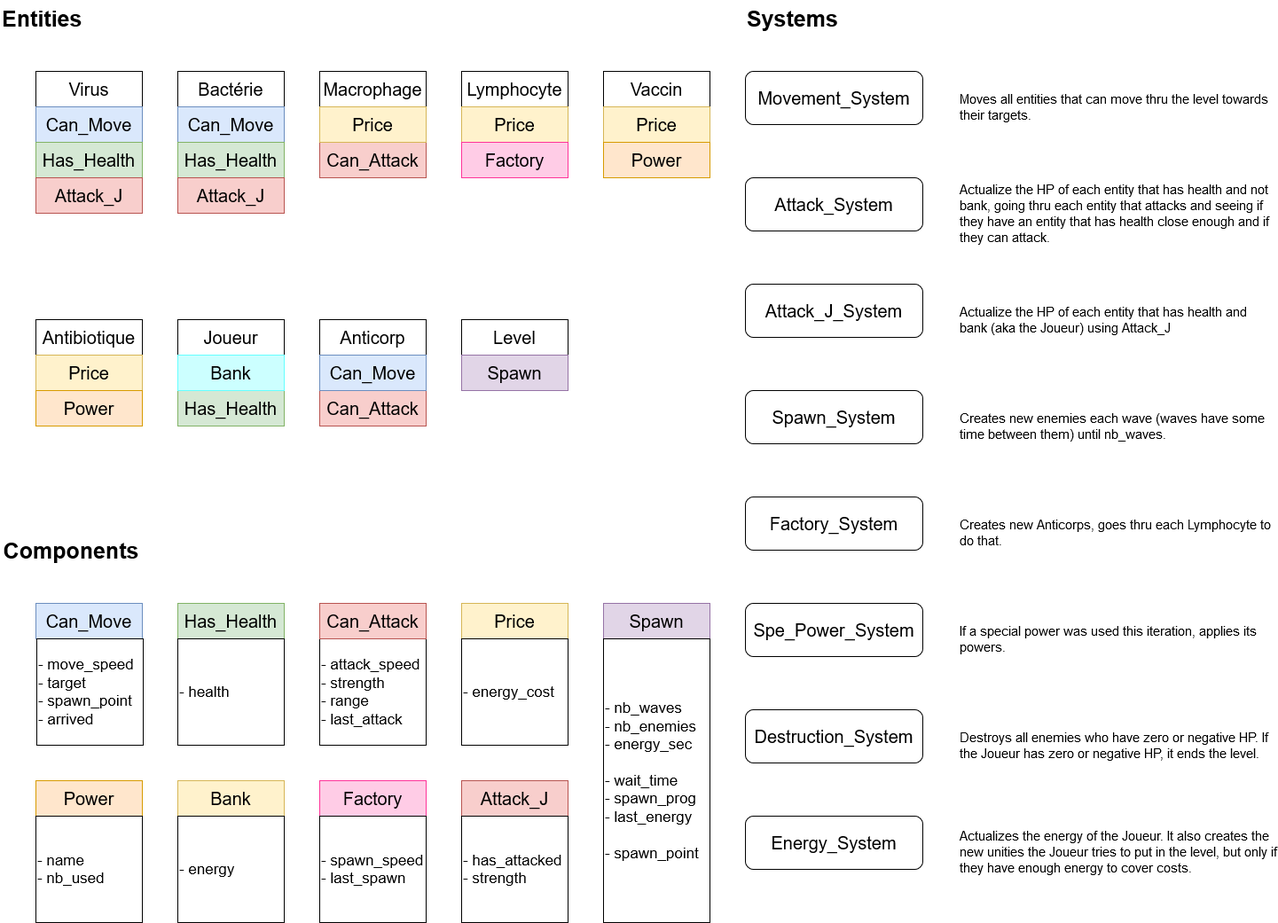
The draw.io diagram entities_components.png in Titanmito/Immunocalypse, before a commit. Source tidied: cells renumbered, new cells last; positions are measured from the earlier drawing's top-left corner, leaving out a move shared by most shapes.
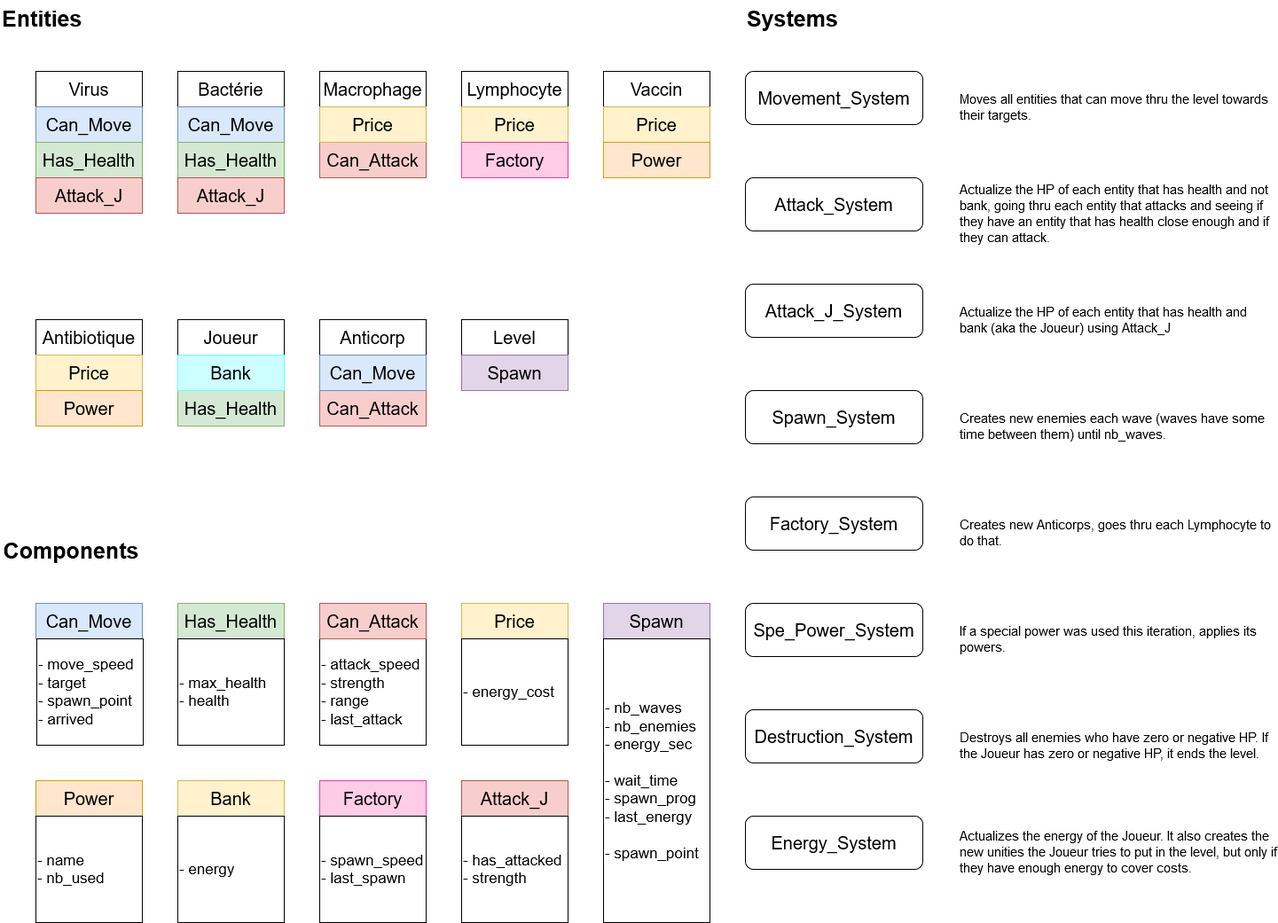
After the change.

What changed in the source:
```diff
@@ -44,7 +44,7 @@
     <mxCell id="15" value="&lt;font style=&quot;font-size: 20px&quot;&gt;Has_Health&lt;/font&gt;" style="rounded=0;whiteSpace=wrap;html=1;fillColor=#d5e8d4;strokeColor=#82b366;" parent="1" vertex="1">
       <mxGeometry x="200" y="680" width="120" height="40" as="geometry" />
     </mxCell>
-    <mxCell id="16" value="&lt;font style=&quot;font-size: 17px&quot;&gt;- health&lt;/font&gt;" style="rounded=0;whiteSpace=wrap;html=1;align=left;" parent="1" vertex="1">
+    <mxCell id="16" value="&lt;div&gt;&lt;font style=&quot;font-size: 17px&quot;&gt;- max_health&lt;/font&gt;&lt;/div&gt;&lt;div&gt;&lt;font style=&quot;font-size: 17px&quot;&gt;- health&lt;br&gt;&lt;/font&gt;&lt;/div&gt;" style="rounded=0;whiteSpace=wrap;html=1;align=left;" parent="1" vertex="1">
       <mxGeometry x="200" y="720" width="120" height="120" as="geometry" />
     </mxCell>
     <mxCell id="17" value="&lt;font style=&quot;font-size: 20px&quot;&gt;Has_Health&lt;/font&gt;" style="rounded=0;whiteSpace=wrap;html=1;fillColor=#d5e8d4;strokeColor=#82b366;" parent="1" vertex="1">
```
